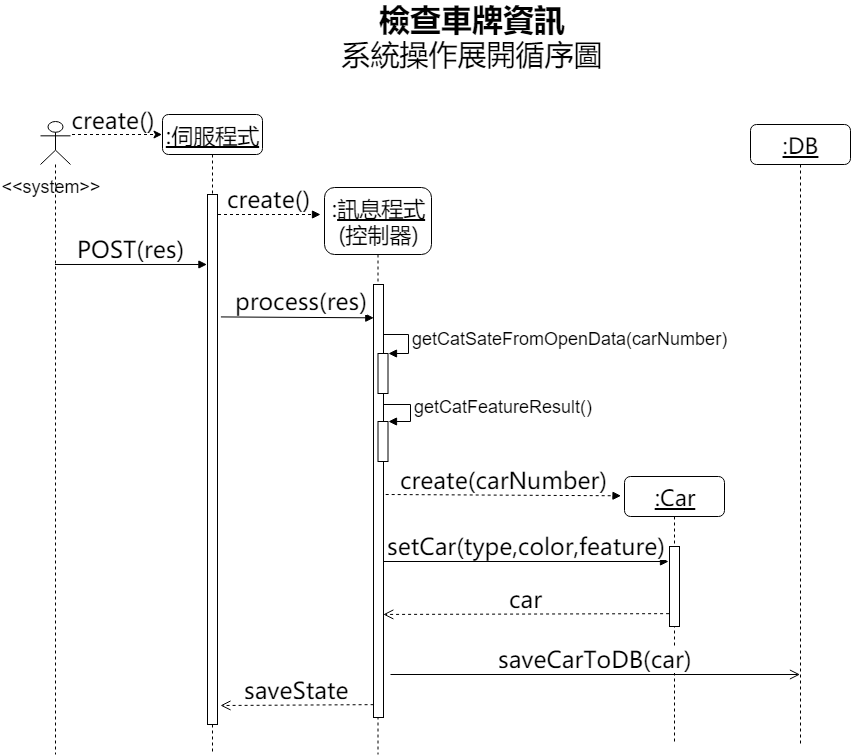
Before: sequence_diagram2.png, a diagram exported from draw.io (YoShane/OO_Assignment). Source tidied: cells renumbered, new cells last; positions are measured from the earlier drawing's top-left corner, leaving out a move shared by most shapes.
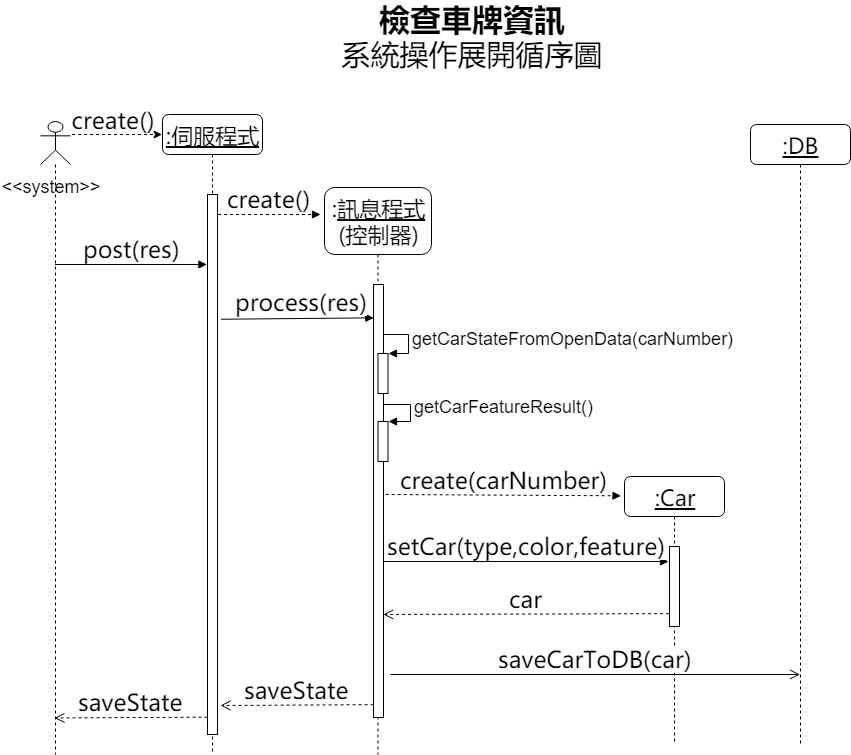
After the change.

The edit, as a diff of the source:
```diff
@@ -14,7 +14,7 @@
     <mxCell id="5" style="html=1;points=[];perimeter=orthogonalPerimeter;" parent="3" vertex="1">
       <mxGeometry x="53.5" y="166" width="10" height="40" as="geometry" />
     </mxCell>
-    <mxCell id="6" value="getCatSateFromOpenData(carNumber)" style="edgeStyle=orthogonalEdgeStyle;html=1;align=left;spacingLeft=2;endArrow=block;rounded=0;entryX=1;entryY=0;fontSize=18;" parent="3" edge="1" target="5">
+    <mxCell id="6" value="getCarStateFromOpenData(carNumber)" style="edgeStyle=orthogonalEdgeStyle;html=1;align=left;spacingLeft=2;endArrow=block;rounded=0;entryX=1;entryY=0;fontSize=18;" parent="3" edge="1" target="5">
       <mxGeometry relative="1" as="geometry">
         <mxPoint x="58.5" y="151" as="sourcePoint" />
         <Array as="points">
@@ -27,7 +27,7 @@
     <mxCell id="7" style="html=1;points=[];perimeter=orthogonalPerimeter;" parent="3" vertex="1">
       <mxGeometry x="53.5" y="234" width="10" height="40" as="geometry" />
     </mxCell>
-    <mxCell id="8" value="getCatFeatureResult()" style="edgeStyle=orthogonalEdgeStyle;html=1;align=left;spacingLeft=2;endArrow=block;rounded=0;entryX=1;entryY=0;fontSize=18;exitX=0.983;exitY=0.293;exitDx=0;exitDy=0;exitPerimeter=0;" parent="3" edge="1" source="4" target="7">
+    <mxCell id="8" value="getCarFeatureResult()" style="edgeStyle=orthogonalEdgeStyle;html=1;align=left;spacingLeft=2;endArrow=block;rounded=0;entryX=1;entryY=0;fontSize=18;exitX=0.983;exitY=0.293;exitDx=0;exitDy=0;exitPerimeter=0;" parent="3" edge="1" source="4" target="7">
       <mxGeometry relative="1" as="geometry">
         <Array as="points">
           <mxPoint x="86" y="217" />
@@ -48,7 +48,7 @@
       <mxGeometry x="132" y="90" width="100" height="640" as="geometry" />
     </mxCell>
     <mxCell id="13" style="html=1;points=[];perimeter=orthogonalPerimeter;rounded=0;shadow=0;comic=0;labelBackgroundColor=none;strokeColor=#000000;strokeWidth=1;fillColor=#FFFFFF;fontFamily= Microsoft Yahei;fontSize=23;fontColor=#000000;align=center;" parent="12" vertex="1">
-      <mxGeometry x="45" y="80" width="10" height="530" as="geometry" />
+      <mxGeometry x="45" y="80" width="10" height="540" as="geometry" />
     </mxCell>
     <mxCell id="14" value="create()" style="html=1;verticalAlign=bottom;endArrow=block;labelBackgroundColor=none;fontFamily= Microsoft Yahei;fontSize=23;elbow=vertical;dashed=1;" parent="1" edge="1">
       <mxGeometry relative="1" as="geometry">
@@ -88,7 +88,7 @@
     <mxCell id="22" value="&lt;font style=&quot;font-size: 23px&quot;&gt;process(res)&lt;/font&gt;" style="html=1;verticalAlign=bottom;endArrow=block;fontSize=23;fontFamily= Microsoft Yahei;entryX=0.03;entryY=0.077;entryDx=0;entryDy=0;entryPerimeter=0;exitX=1.34;exitY=0.231;exitDx=0;exitDy=0;exitPerimeter=0;" parent="1" edge="1" source="13" target="4">
       <mxGeometry x="0.06" y="1" relative="1" as="geometry" />
     </mxCell>
-    <mxCell id="23" value="&lt;font style=&quot;font-size: 23px&quot;&gt;POST(res)&lt;/font&gt;" style="html=1;verticalAlign=bottom;endArrow=block;fontSize=23;entryX=0.044;entryY=0.157;entryDx=0;entryDy=0;entryPerimeter=0;fontFamily= Microsoft Yahei;" parent="1" edge="1" source="20">
+    <mxCell id="23" value="&lt;font style=&quot;font-size: 23px&quot;&gt;post(res)&lt;/font&gt;" style="html=1;verticalAlign=bottom;endArrow=block;fontSize=23;entryX=0.044;entryY=0.157;entryDx=0;entryDy=0;entryPerimeter=0;fontFamily= Microsoft Yahei;" parent="1" edge="1" source="20">
       <mxGeometry relative="1" as="geometry">
         <mxPoint x="176.4" y="240" as="targetPoint" />
       </mxGeometry>
@@ -104,5 +104,11 @@
         <mxPoint x="190" y="681" as="targetPoint" />
       </mxGeometry>
     </mxCell>
+    <mxCell id="26" value="saveState" style="html=1;verticalAlign=bottom;endArrow=open;dashed=1;endSize=8;fontSize=23;exitX=-0.241;exitY=0.838;exitDx=0;exitDy=0;exitPerimeter=0;fontFamily= Microsoft Yahei;" parent="1" edge="1">
+      <mxGeometry relative="1" as="geometry">
+        <mxPoint x="177.1" y="692.7" as="sourcePoint" />
+        <mxPoint x="24" y="693.5" as="targetPoint" />
+      </mxGeometry>
+    </mxCell>
   </root>
 </mxGraphModel>
```
